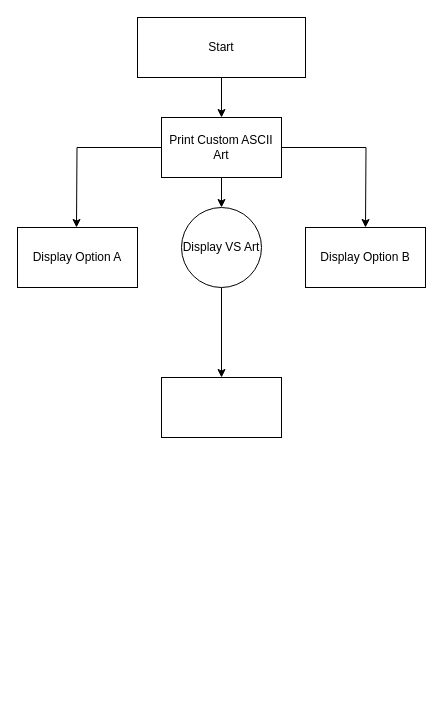
Above: HighOrLowGame.drawio in Matasem-h/new_flowcharts (draw.io), before the change. Source tidied: cells renumbered, new cells numbered last; positions are measured from the earlier drawing's top-left corner, leaving out a move shared by most shapes. Both pictures are drawn from the tidied source at 100%, with x=0, y=0 at pixel (17, 17).
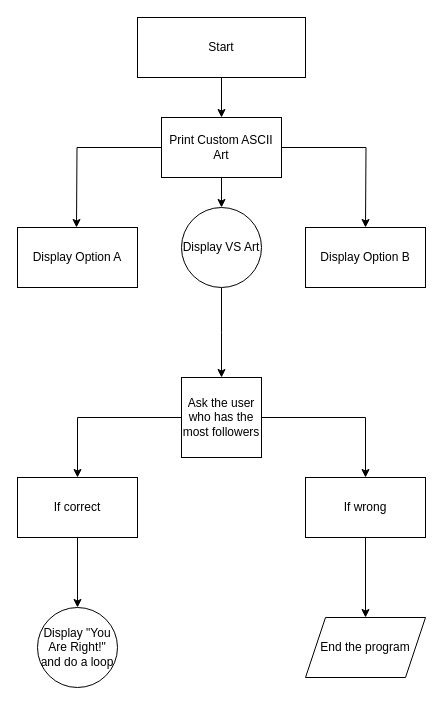
The same page after the edit.

The change refers to these unchanged cells:
```xml
<mxCell id="11" value="Display VS Art" style="ellipse;whiteSpace=wrap;html=1;rounded=0;" parent="1" vertex="1">
  <mxGeometry x="164" y="190" width="80" height="80" as="geometry" />
</mxCell>
```

The edit, as a diff of the source:
```diff
@@
-    <mxCell id="10" style="edgeStyle=orthogonalEdgeStyle;rounded=0;jettySize=auto;html=1;" parent="1" edge="1" source="11" target="12">
-      <mxGeometry relative="1" as="geometry" />
+    <mxCell id="10" style="edgeStyle=orthogonalEdgeStyle;rounded=0;jettySize=auto;html=1;" parent="1" edge="1" source="11">
+      <mxGeometry relative="1" as="geometry">
+        <mxPoint x="204" y="360" as="targetPoint" />
+      </mxGeometry>
     </mxCell>
@@
-    <mxCell id="12" style="whiteSpace=wrap;html=1;rounded=0;" parent="1" vertex="1">
-      <mxGeometry x="144" y="360" width="120" height="60" as="geometry" />
-    </mxCell>
+    <mxCell id="13" style="edgeStyle=orthogonalEdgeStyle;rounded=0;jettySize=auto;html=1;" parent="1" edge="1" source="15" target="17">
+      <mxGeometry relative="1" as="geometry" />
+    </mxCell>
+    <mxCell id="14" style="edgeStyle=orthogonalEdgeStyle;rounded=0;jettySize=auto;html=1;" parent="1" edge="1" source="15" target="19">
+      <mxGeometry relative="1" as="geometry" />
+    </mxCell>
+    <mxCell id="15" value="Ask the user who has the most followers" style="whiteSpace=wrap;html=1;" parent="1" vertex="1">
+      <mxGeometry x="164" y="360" width="80" height="80" as="geometry" />
+    </mxCell>
+    <mxCell id="16" style="edgeStyle=orthogonalEdgeStyle;rounded=0;jettySize=auto;html=1;" parent="1" edge="1" source="17" target="20">
+      <mxGeometry relative="1" as="geometry" />
+    </mxCell>
+    <mxCell id="17" value="If wrong" style="whiteSpace=wrap;html=1;" parent="1" vertex="1">
+      <mxGeometry x="288" y="460" width="120" height="60" as="geometry" />
+    </mxCell>
+    <mxCell id="18" style="edgeStyle=orthogonalEdgeStyle;rounded=0;jettySize=auto;html=1;" parent="1" edge="1" source="19" target="21">
+      <mxGeometry relative="1" as="geometry" />
+    </mxCell>
+    <mxCell id="19" value="If correct" style="whiteSpace=wrap;html=1;" parent="1" vertex="1">
+      <mxGeometry y="460" width="120" height="60" as="geometry" />
+    </mxCell>
+    <mxCell id="20" value="End the program" style="shape=parallelogram;perimeter=parallelogramPerimeter;whiteSpace=wrap;html=1;fixedSize=1;" parent="1" vertex="1">
+      <mxGeometry x="288" y="600" width="120" height="60" as="geometry" />
+    </mxCell>
+    <mxCell id="21" value="Display &quot;You Are Right!&quot; and do a loop" style="ellipse;whiteSpace=wrap;html=1;" parent="1" vertex="1">
+      <mxGeometry x="20" y="590" width="80" height="80" as="geometry" />
+    </mxCell>
```
